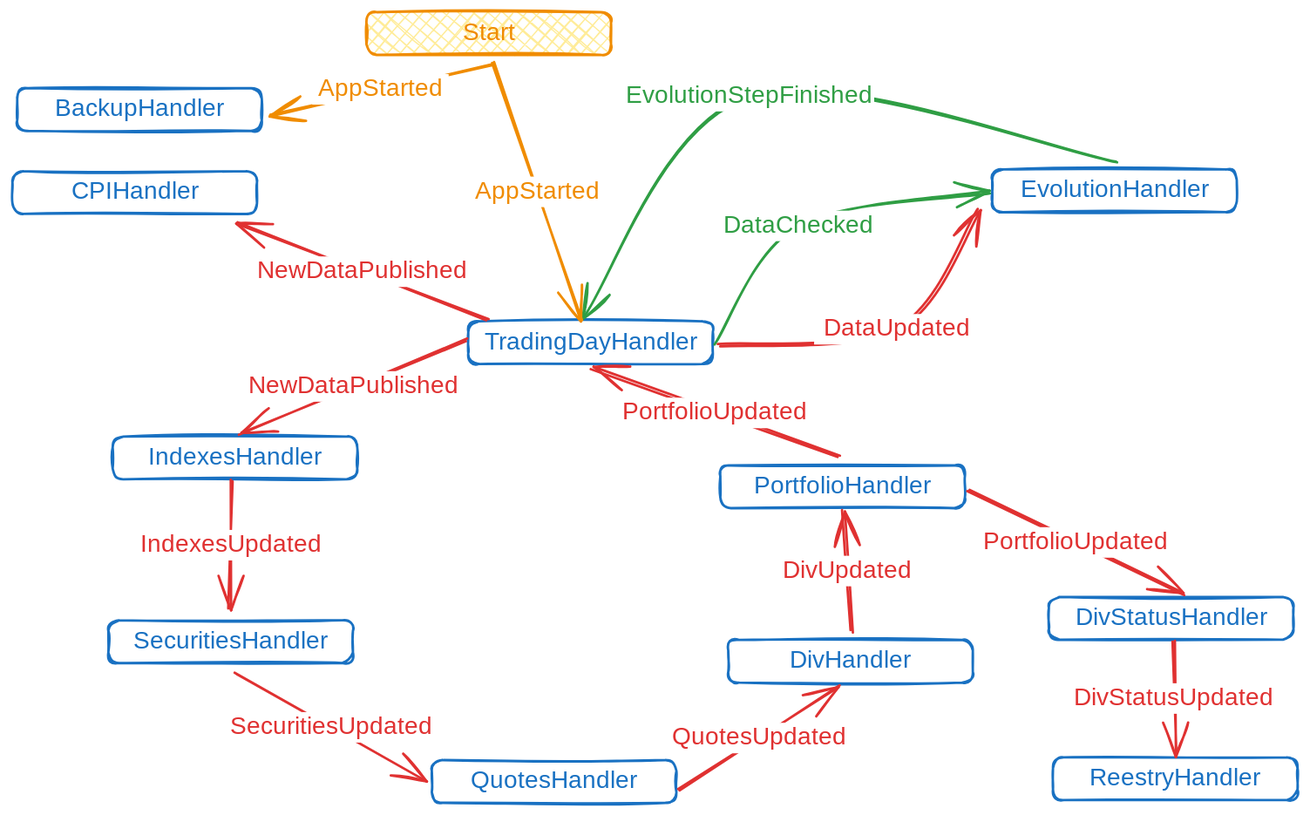
Earlier version of the Excalidraw export docs/.excalidraw.svg (WLM1ke/poptimizer). Source tidied: one line per element, renumbered; positions are measured from the earlier drawing's top-left corner, leaving out a move shared by most shapes.
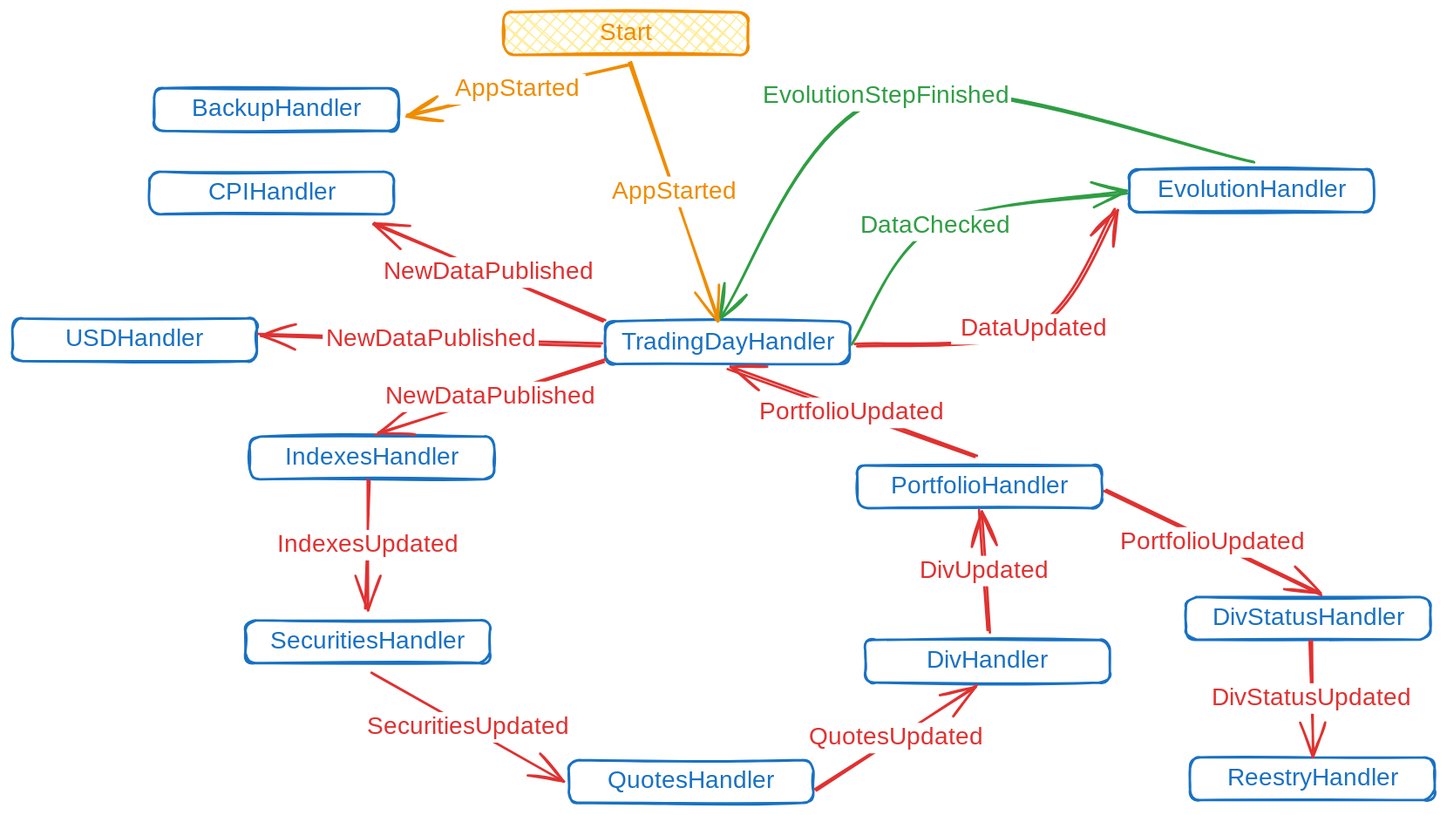
Later version of the same file.

What changed in the source:
```diff
@@ -4,17 +4,17 @@
 {"id": 3, "type": "text", "text": "EvolutionHandler", "strokeColor": "#1971c2", "strokeWidth": 2, "roughness": 1, "fontSize": 20, "fontFamily": 1, "textAlign": "center", "verticalAlign": "middle", "inside": 2, "x": 825, "y": 134, "width": 158, "height": 25}
 {"id": 4, "type": "arrow", "strokeColor": "#2f9e44", "strokeWidth": 2, "roughness": 1, "endArrowhead": "arrow", "round": true, "from": 0, "to": 2, "x": 577, "y": 271, "width": 223, "height": 123, "points": [[0, 0], [67, -96], [223, -123]]}
 {"id": 5, "type": "text", "text": "DataChecked", "strokeColor": "#2f9e44", "strokeWidth": 2, "roughness": 1, "fontSize": 20, "fontFamily": 1, "textAlign": "center", "verticalAlign": "middle", "inside": 4, "x": 626, "y": 197, "width": 129, "height": 25}
-{"id": 6, "type": "rectangle", "strokeColor": "#1971c2", "strokeWidth": 2, "roughness": 1, "round": true, "x": 0, "y": 130, "width": 200, "height": 35}
+{"id": 6, "type": "rectangle", "strokeColor": "#1971c2", "strokeWidth": 2, "roughness": 1, "round": true, "x": 0, "y": 131, "width": 200, "height": 35}
-{"id": 7, "type": "text", "text": "CPIHandler", "strokeColor": "#1971c2", "strokeWidth": 2, "roughness": 1, "fontSize": 20, "fontFamily": 1, "textAlign": "center", "verticalAlign": "middle", "inside": 6, "x": 47, "y": 135, "width": 107, "height": 25}
+{"id": 7, "type": "text", "text": "CPIHandler", "strokeColor": "#1971c2", "strokeWidth": 2, "roughness": 1, "fontSize": 20, "fontFamily": 1, "textAlign": "center", "verticalAlign": "middle", "inside": 6, "x": 47, "y": 136, "width": 107, "height": 25}
-{"id": 8, "type": "arrow", "strokeColor": "#e03131", "strokeWidth": 2, "roughness": 1, "endArrowhead": "arrow", "round": true, "from": 0, "to": 6, "x": 389, "y": 252, "width": 204, "height": 79, "points": [[0, 0], [-204, -79]]}
+{"id": 8, "type": "arrow", "strokeColor": "#e03131", "strokeWidth": 2, "roughness": 1, "endArrowhead": "arrow", "round": true, "from": 0, "to": 6, "x": 372, "y": 253, "width": 187, "height": 80, "points": [[0, 0], [-187, -80]]}
-{"id": 9, "type": "text", "text": "NewDataPublished", "strokeColor": "#e03131", "strokeWidth": 2, "roughness": 1, "fontSize": 20, "fontFamily": 1, "textAlign": "center", "verticalAlign": "middle", "inside": 8, "x": 216, "y": 202, "width": 177, "height": 25}
+{"id": 9, "type": "text", "text": "NewDataPublished", "strokeColor": "#e03131", "strokeWidth": 2, "roughness": 1, "fontSize": 20, "fontFamily": 1, "textAlign": "center", "verticalAlign": "middle", "inside": 8, "x": 198, "y": 201, "width": 177, "height": 25}
 {"id": 10, "type": "arrow", "strokeColor": "#e03131", "strokeWidth": 2, "roughness": 1, "endArrowhead": "arrow", "round": true, "from": 0, "to": 2, "x": 579, "y": 273, "width": 214, "height": 112, "points": [[0, 0], [147, -13], [214, -112]]}
 {"id": 11, "type": "text", "text": "DataUpdated", "strokeColor": "#e03131", "strokeWidth": 2, "roughness": 1, "fontSize": 20, "fontFamily": 1, "textAlign": "center", "verticalAlign": "middle", "inside": 10, "x": 657, "y": 247, "width": 136, "height": 25}
 {"id": 12, "type": "arrow", "strokeColor": "#2f9e44", "strokeWidth": 2, "roughness": 1, "endArrowhead": "arrow", "round": true, "from": 2, "to": 0, "x": 904, "y": 122, "width": 436, "height": 181, "points": [[0, 0], [-300, -53], [-436, 128]]}
 {"id": 13, "type": "text", "text": "EvolutionStepFinished", "strokeColor": "#2f9e44", "strokeWidth": 2, "roughness": 1, "fontSize": 20, "fontFamily": 1, "textAlign": "center", "verticalAlign": "middle", "inside": 12, "x": 502, "y": 56, "width": 205, "height": 25}
 {"id": 14, "type": "rectangle", "strokeColor": "#1971c2", "strokeWidth": 2, "roughness": 1, "round": true, "x": 82, "y": 348, "width": 200, "height": 35}
 {"id": 15, "type": "text", "text": "IndexesHandler", "strokeColor": "#1971c2", "strokeWidth": 2, "roughness": 1, "fontSize": 20, "fontFamily": 1, "textAlign": "center", "verticalAlign": "middle", "inside": 14, "x": 110, "y": 353, "width": 145, "height": 25}
-{"id": 16, "type": "arrow", "strokeColor": "#e03131", "strokeWidth": 2, "roughness": 1, "endArrowhead": "arrow", "round": true, "from": 0, "to": 14, "x": 372, "y": 268, "width": 186, "height": 77, "points": [[0, 0], [-186, 77]]}
+{"id": 16, "type": "arrow", "strokeColor": "#e03131", "strokeWidth": 2, "roughness": 1, "endArrowhead": "arrow", "round": true, "from": 0, "to": 14, "x": 373, "y": 285, "width": 187, "height": 60, "points": [[0, 0], [-187, 60]]}
 {"id": 17, "type": "text", "text": "NewDataPublished", "strokeColor": "#e03131", "strokeWidth": 2, "roughness": 1, "fontSize": 20, "fontFamily": 1, "textAlign": "center", "verticalAlign": "middle", "inside": 16, "x": 191, "y": 294, "width": 177, "height": 25}
 {"id": 18, "type": "rectangle", "strokeColor": "#1971c2", "strokeWidth": 2, "roughness": 1, "round": true, "x": 79, "y": 498, "width": 200, "height": 35}
 {"id": 19, "type": "text", "text": "SecuritiesHandler", "strokeColor": "#1971c2", "strokeWidth": 2, "roughness": 1, "fontSize": 20, "fontFamily": 1, "textAlign": "center", "verticalAlign": "middle", "inside": 18, "x": 96, "y": 503, "width": 165, "height": 25}
@@ -50,3 +50,7 @@
 {"id": 49, "type": "text", "text": "ReestryHandler", "strokeColor": "#1971c2", "strokeWidth": 2, "roughness": 1, "fontSize": 20, "fontFamily": 1, "textAlign": "center", "verticalAlign": "middle", "inside": 48, "x": 880, "y": 616, "width": 145, "height": 25}
 {"id": 50, "type": "arrow", "strokeColor": "#e03131", "strokeWidth": 2, "roughness": 1, "endArrowhead": "arrow", "round": true, "from": 44, "to": 48, "x": 951, "y": 515, "width": 2, "height": 95, "points": [[0, 0], [2, 95]]}
 {"id": 51, "type": "text", "text": "DivStatusUpdated", "strokeColor": "#e03131", "strokeWidth": 2, "roughness": 1, "fontSize": 20, "fontFamily": 1, "textAlign": "center", "verticalAlign": "middle", "inside": 50, "x": 861, "y": 550, "width": 183, "height": 25}
+{"id": 52, "type": "rectangle", "strokeColor": "#1971c2", "strokeWidth": 2, "roughness": 1, "round": true, "x": -112, "y": 251, "width": 200, "height": 35}
+{"id": 53, "type": "text", "text": "USDHandler", "strokeColor": "#1971c2", "strokeWidth": 2, "roughness": 1, "fontSize": 20, "fontFamily": 1, "textAlign": "center", "verticalAlign": "middle", "inside": 52, "x": -68, "y": 256, "width": 112, "height": 25}
+{"id": 54, "type": "arrow", "strokeColor": "#e03131", "strokeWidth": 2, "roughness": 1, "endArrowhead": "arrow", "round": true, "from": 0, "to": 52, "x": 371, "y": 272, "width": 281, "height": 8, "points": [[0, 0], [-281, -8]]}
+{"id": 55, "type": "text", "text": "NewDataPublished", "strokeColor": "#e03131", "strokeWidth": 2, "roughness": 1, "fontSize": 20, "fontFamily": 1, "textAlign": "center", "verticalAlign": "middle", "inside": 54, "x": 127, "y": 245, "width": 177, "height": 25}
```
